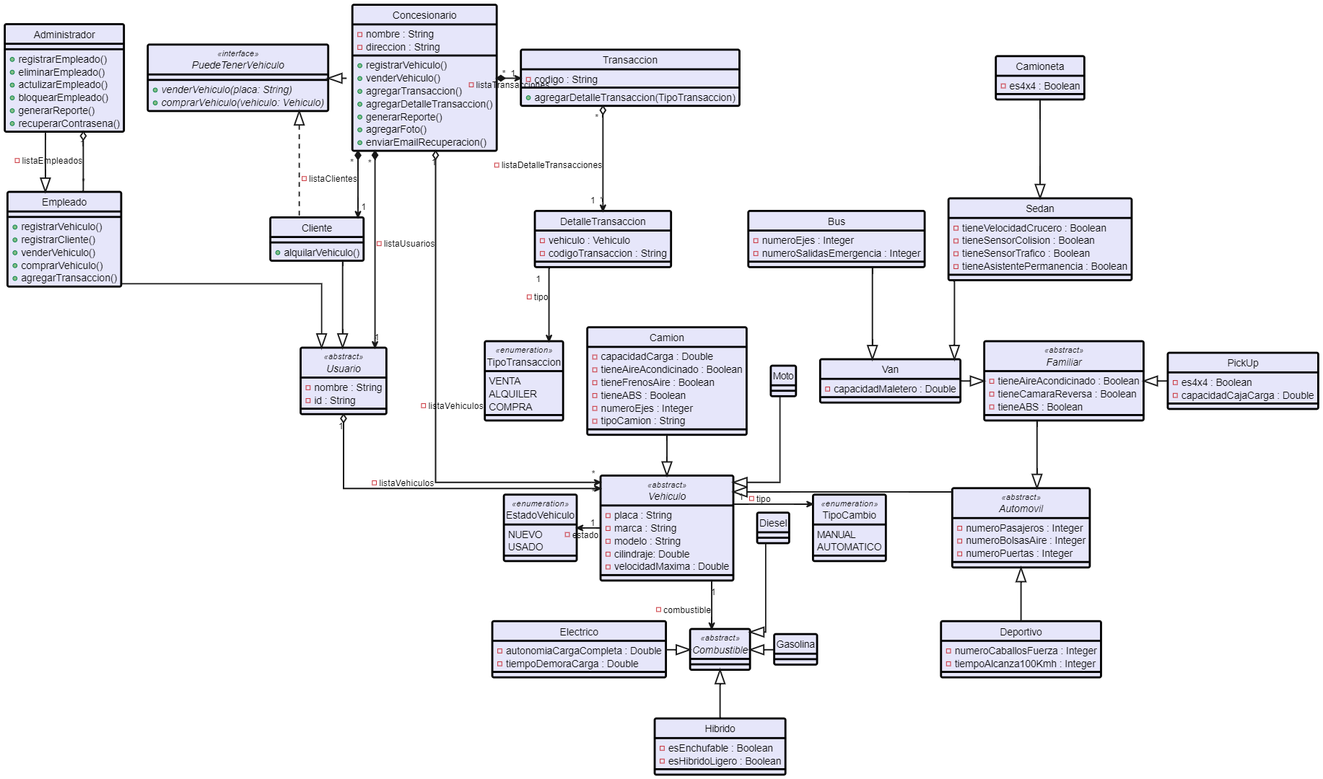
This is model/Diagrama.png from odiador/uq-2023-1-proyecto, a PlantUML export, as it was before one commit. Its source is kept beside it as model/Diagrama.plantuml.
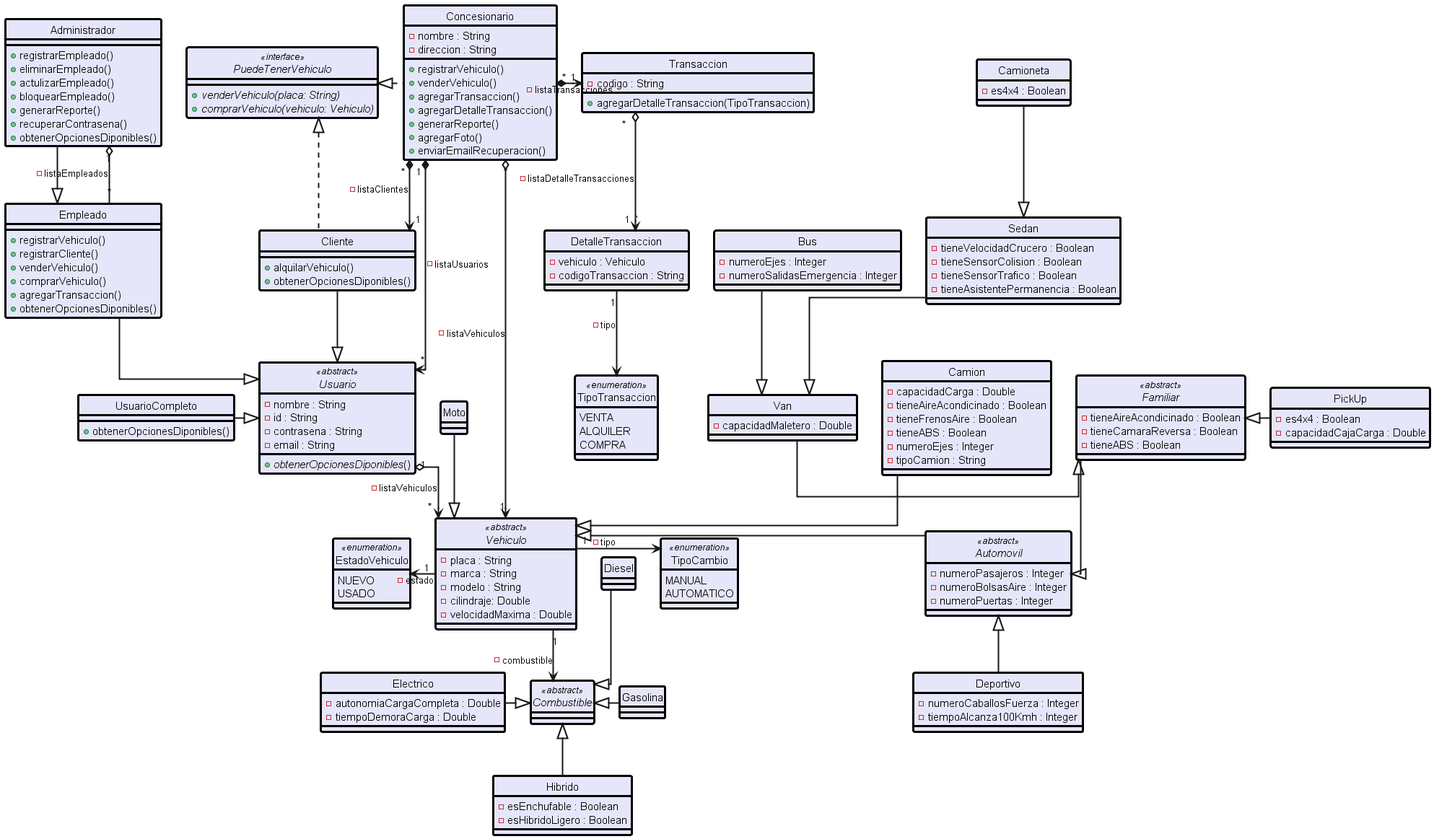
After the change.

Commit message:
Cambiando diagrama de clases

Diff of the diagram source:
```diff
@@ -47,10 +47,14 @@
 abstract class Usuario  <<abstract>> {
     - nombre : String
     - id : String
+    - contrasena : String
+    - email : String
+    +<i>obtenerOpcionesDiponibles</i>()
 }
 
 class Cliente {
     + alquilarVehiculo()
+    +obtenerOpcionesDiponibles()
 }
 
 class Empleado {
@@ -59,6 +63,7 @@
     + venderVehiculo()
     + comprarVehiculo()
     + agregarTransaccion()
+    +obtenerOpcionesDiponibles()
 }
 
 class Administrador {
@@ -68,7 +73,12 @@
     + bloquearEmpleado()
     + generarReporte()
     + recuperarContrasena()
+    +obtenerOpcionesDiponibles()
 
+}
+
+class UsuarioCompleto{
+    +obtenerOpcionesDiponibles()
 }
 
 abstract class Combustible <<abstract>> {
@@ -196,5 +206,6 @@
 Administrador -down-|> Empleado
 Concesionario .left.|> PuedeTenerVehiculo
 Cliente .left.|> PuedeTenerVehiculo
+UsuarioCompleto -|> Usuario
 
 @enduml
```
